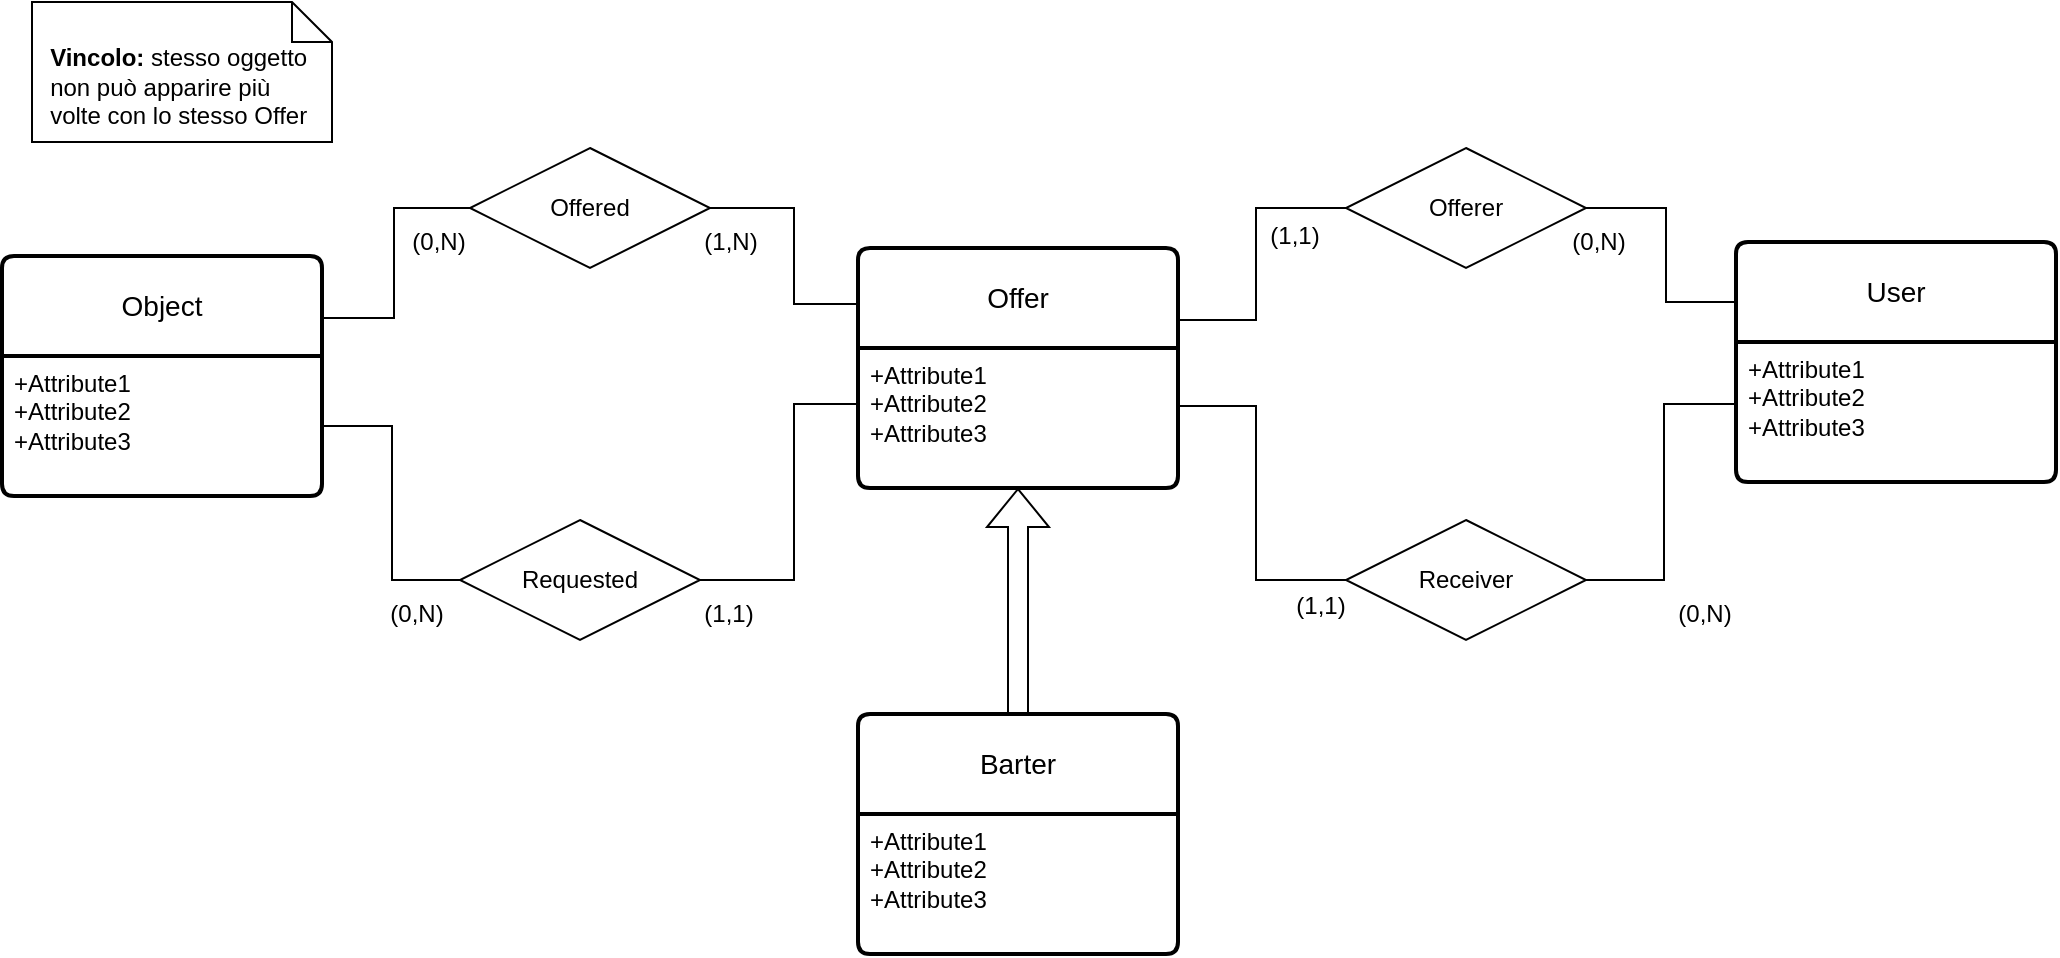
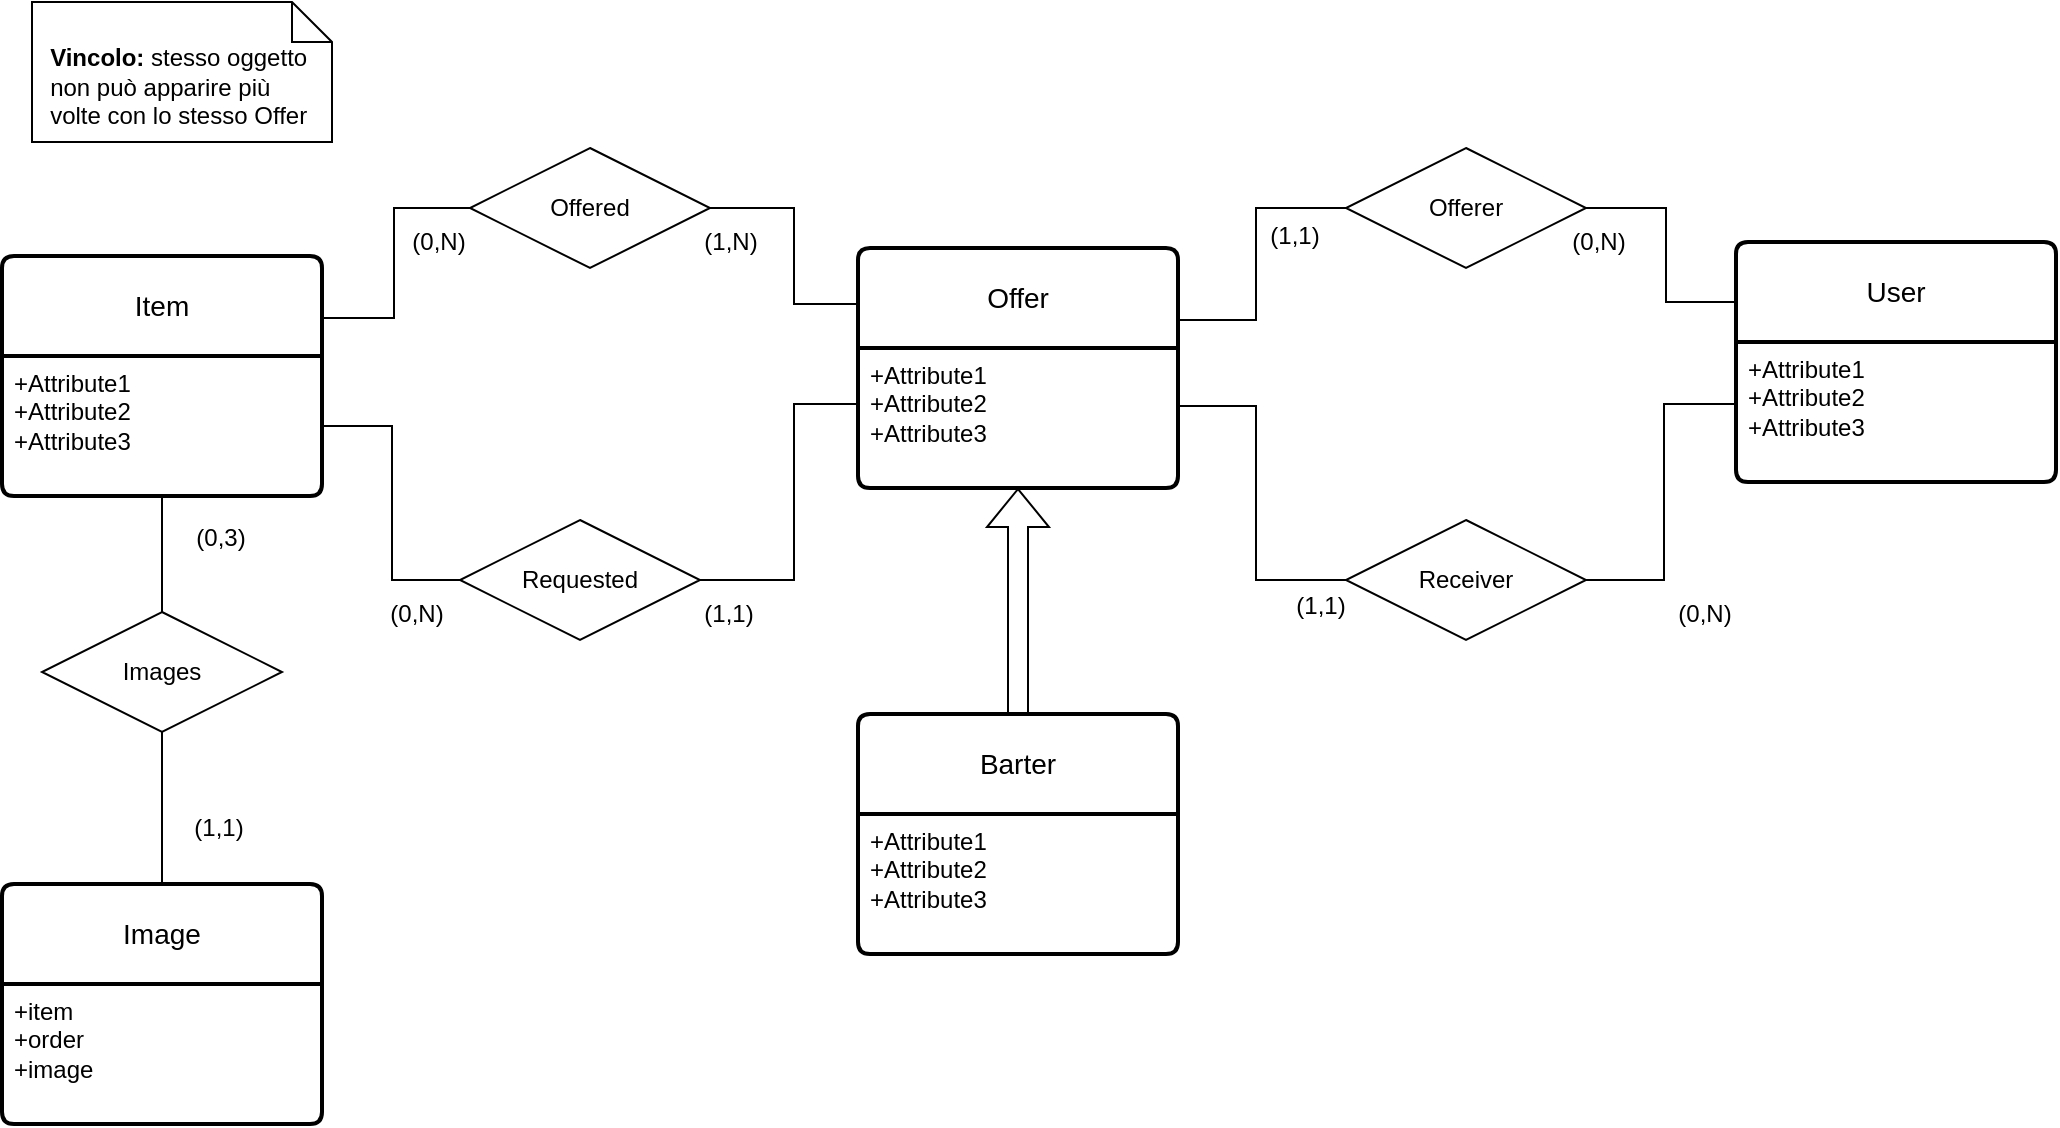
<mxfile host="app.diagrams.net" agent="Mozilla/5.0 (Windows NT 10.0; Win64; x64) AppleWebKit/537.36 (KHTML, like Gecko) Chrome/135.0.0.0 Safari/537.36 OPR/120.0.0.0" version="28.1.0">
  <diagram id="mgqwW-DtWwlVhOqlqvoX" name="Pagina-1">
-     <mxGraphModel dx="1962" dy="1021" grid="0" gridSize="10" guides="1" tooltips="1" connect="1" arrows="1" fold="1" page="0" pageScale="1" pageWidth="827" pageHeight="1169" math="0" shadow="0">
+     <mxGraphModel dx="2812" dy="1504" grid="0" gridSize="10" guides="1" tooltips="1" connect="1" arrows="1" fold="1" page="0" pageScale="1" pageWidth="827" pageHeight="1169" math="0" shadow="0">
      <root>
        <mxCell id="0" />
        <mxCell id="1" parent="0" />
-         <mxCell id="o1DXEVKSGSJljAAY257b-2" value="Object" style="swimlane;childLayout=stackLayout;horizontal=1;startSize=50;horizontalStack=0;rounded=1;fontSize=14;fontStyle=0;strokeWidth=2;resizeParent=0;resizeLast=1;shadow=0;dashed=0;align=center;arcSize=4;whiteSpace=wrap;html=1;" vertex="1" parent="1">
+         <mxCell id="o1DXEVKSGSJljAAY257b-2" value="Item" style="swimlane;childLayout=stackLayout;horizontal=1;startSize=50;horizontalStack=0;rounded=1;fontSize=14;fontStyle=0;strokeWidth=2;resizeParent=0;resizeLast=1;shadow=0;dashed=0;align=center;arcSize=4;whiteSpace=wrap;html=1;" parent="1" vertex="1">
          <mxGeometry x="-421" y="-85" width="160" height="120" as="geometry" />
        </mxCell>
-         <mxCell id="o1DXEVKSGSJljAAY257b-3" value="+Attribute1&#xa;+Attribute2&#xa;+Attribute3" style="align=left;strokeColor=none;fillColor=none;spacingLeft=4;spacingRight=4;fontSize=12;verticalAlign=top;resizable=0;rotatable=0;part=1;html=1;whiteSpace=wrap;" vertex="1" parent="o1DXEVKSGSJljAAY257b-2">
+         <mxCell id="o1DXEVKSGSJljAAY257b-3" value="+Attribute1&#xa;+Attribute2&#xa;+Attribute3" style="align=left;strokeColor=none;fillColor=none;spacingLeft=4;spacingRight=4;fontSize=12;verticalAlign=top;resizable=0;rotatable=0;part=1;html=1;whiteSpace=wrap;" parent="o1DXEVKSGSJljAAY257b-2" vertex="1">
          <mxGeometry y="50" width="160" height="70" as="geometry" />
        </mxCell>
-         <mxCell id="o1DXEVKSGSJljAAY257b-4" value="User" style="swimlane;childLayout=stackLayout;horizontal=1;startSize=50;horizontalStack=0;rounded=1;fontSize=14;fontStyle=0;strokeWidth=2;resizeParent=0;resizeLast=1;shadow=0;dashed=0;align=center;arcSize=4;whiteSpace=wrap;html=1;" vertex="1" parent="1">
+         <mxCell id="o1DXEVKSGSJljAAY257b-4" value="User" style="swimlane;childLayout=stackLayout;horizontal=1;startSize=50;horizontalStack=0;rounded=1;fontSize=14;fontStyle=0;strokeWidth=2;resizeParent=0;resizeLast=1;shadow=0;dashed=0;align=center;arcSize=4;whiteSpace=wrap;html=1;" parent="1" vertex="1">
          <mxGeometry x="446" y="-92" width="160" height="120" as="geometry" />
        </mxCell>
-         <mxCell id="o1DXEVKSGSJljAAY257b-5" value="+Attribute1&#xa;+Attribute2&#xa;+Attribute3" style="align=left;strokeColor=none;fillColor=none;spacingLeft=4;spacingRight=4;fontSize=12;verticalAlign=top;resizable=0;rotatable=0;part=1;html=1;whiteSpace=wrap;" vertex="1" parent="o1DXEVKSGSJljAAY257b-4">
+         <mxCell id="o1DXEVKSGSJljAAY257b-5" value="+Attribute1&#xa;+Attribute2&#xa;+Attribute3" style="align=left;strokeColor=none;fillColor=none;spacingLeft=4;spacingRight=4;fontSize=12;verticalAlign=top;resizable=0;rotatable=0;part=1;html=1;whiteSpace=wrap;" parent="o1DXEVKSGSJljAAY257b-4" vertex="1">
          <mxGeometry y="50" width="160" height="70" as="geometry" />
        </mxCell>
-         <mxCell id="o1DXEVKSGSJljAAY257b-6" value="Barter" style="swimlane;childLayout=stackLayout;horizontal=1;startSize=50;horizontalStack=0;rounded=1;fontSize=14;fontStyle=0;strokeWidth=2;resizeParent=0;resizeLast=1;shadow=0;dashed=0;align=center;arcSize=4;whiteSpace=wrap;html=1;" vertex="1" parent="1">
+         <mxCell id="o1DXEVKSGSJljAAY257b-6" value="Barter" style="swimlane;childLayout=stackLayout;horizontal=1;startSize=50;horizontalStack=0;rounded=1;fontSize=14;fontStyle=0;strokeWidth=2;resizeParent=0;resizeLast=1;shadow=0;dashed=0;align=center;arcSize=4;whiteSpace=wrap;html=1;" parent="1" vertex="1">
          <mxGeometry x="7" y="144" width="160" height="120" as="geometry" />
        </mxCell>
-         <mxCell id="o1DXEVKSGSJljAAY257b-7" value="+Attribute1&#xa;+Attribute2&#xa;+Attribute3" style="align=left;strokeColor=none;fillColor=none;spacingLeft=4;spacingRight=4;fontSize=12;verticalAlign=top;resizable=0;rotatable=0;part=1;html=1;whiteSpace=wrap;" vertex="1" parent="o1DXEVKSGSJljAAY257b-6">
+         <mxCell id="o1DXEVKSGSJljAAY257b-7" value="+Attribute1&#xa;+Attribute2&#xa;+Attribute3" style="align=left;strokeColor=none;fillColor=none;spacingLeft=4;spacingRight=4;fontSize=12;verticalAlign=top;resizable=0;rotatable=0;part=1;html=1;whiteSpace=wrap;" parent="o1DXEVKSGSJljAAY257b-6" vertex="1">
          <mxGeometry y="50" width="160" height="70" as="geometry" />
        </mxCell>
-         <mxCell id="o1DXEVKSGSJljAAY257b-13" value="&lt;div style=&quot;text-align: justify;&quot;&gt;&lt;br&gt;&lt;/div&gt;&lt;div style=&quot;text-align: justify;&quot;&gt;&lt;span style=&quot;text-wrap-mode: nowrap; background-color: transparent; color: light-dark(rgb(0, 0, 0), rgb(255, 255, 255));&quot;&gt;&lt;b&gt;Vincolo:&lt;/b&gt; stesso oggetto&amp;nbsp;&lt;/span&gt;&lt;/div&gt;&lt;div style=&quot;text-align: justify;&quot;&gt;&lt;span style=&quot;text-wrap-mode: nowrap; background-color: transparent; color: light-dark(rgb(0, 0, 0), rgb(255, 255, 255));&quot;&gt;non può&amp;nbsp;&lt;/span&gt;&lt;span style=&quot;background-color: transparent; color: light-dark(rgb(0, 0, 0), rgb(255, 255, 255)); text-wrap-mode: nowrap;&quot;&gt;apparire più&amp;nbsp;&lt;/span&gt;&lt;/div&gt;&lt;div style=&quot;text-align: justify;&quot;&gt;&lt;span style=&quot;background-color: transparent; color: light-dark(rgb(0, 0, 0), rgb(255, 255, 255)); text-wrap-mode: nowrap;&quot;&gt;volte con lo stesso Offer&lt;/span&gt;&lt;/div&gt;" style="shape=note;size=20;whiteSpace=wrap;html=1;align=center;gradientColor=none;fillColor=default;container=0;fixDash=0;autosize=1;" vertex="1" parent="1">
+         <mxCell id="o1DXEVKSGSJljAAY257b-13" value="&lt;div style=&quot;text-align: justify;&quot;&gt;&lt;br&gt;&lt;/div&gt;&lt;div style=&quot;text-align: justify;&quot;&gt;&lt;span style=&quot;text-wrap-mode: nowrap; background-color: transparent; color: light-dark(rgb(0, 0, 0), rgb(255, 255, 255));&quot;&gt;&lt;b&gt;Vincolo:&lt;/b&gt; stesso oggetto&amp;nbsp;&lt;/span&gt;&lt;/div&gt;&lt;div style=&quot;text-align: justify;&quot;&gt;&lt;span style=&quot;text-wrap-mode: nowrap; background-color: transparent; color: light-dark(rgb(0, 0, 0), rgb(255, 255, 255));&quot;&gt;non può&amp;nbsp;&lt;/span&gt;&lt;span style=&quot;background-color: transparent; color: light-dark(rgb(0, 0, 0), rgb(255, 255, 255)); text-wrap-mode: nowrap;&quot;&gt;apparire più&amp;nbsp;&lt;/span&gt;&lt;/div&gt;&lt;div style=&quot;text-align: justify;&quot;&gt;&lt;span style=&quot;background-color: transparent; color: light-dark(rgb(0, 0, 0), rgb(255, 255, 255)); text-wrap-mode: nowrap;&quot;&gt;volte con lo stesso Offer&lt;/span&gt;&lt;/div&gt;" style="shape=note;size=20;whiteSpace=wrap;html=1;align=center;gradientColor=none;fillColor=default;container=0;fixDash=0;autosize=1;" parent="1" vertex="1">
          <mxGeometry x="-406" y="-212" width="150" height="70" as="geometry" />
        </mxCell>
-         <mxCell id="o1DXEVKSGSJljAAY257b-29" value="" style="endArrow=none;html=1;rounded=0;edgeStyle=orthogonalEdgeStyle;" edge="1" parent="1" source="o1DXEVKSGSJljAAY257b-2" target="o1DXEVKSGSJljAAY257b-61">
+         <mxCell id="o1DXEVKSGSJljAAY257b-29" value="" style="endArrow=none;html=1;rounded=0;edgeStyle=orthogonalEdgeStyle;" parent="1" source="o1DXEVKSGSJljAAY257b-2" target="o1DXEVKSGSJljAAY257b-61" edge="1">
          <mxGeometry relative="1" as="geometry">
            <mxPoint x="137" y="75" as="sourcePoint" />
            <mxPoint x="92" y="125" as="targetPoint" />
            <Array as="points">
              <mxPoint x="-225" y="-54" />
              <mxPoint x="-225" y="-109" />
            </Array>
          </mxGeometry>
        </mxCell>
-         <mxCell id="o1DXEVKSGSJljAAY257b-30" value="(1,N)" style="text;html=1;align=center;verticalAlign=middle;resizable=0;points=[];autosize=1;strokeColor=none;fillColor=none;" vertex="1" parent="1">
+         <mxCell id="o1DXEVKSGSJljAAY257b-30" value="(1,N)" style="text;html=1;align=center;verticalAlign=middle;resizable=0;points=[];autosize=1;strokeColor=none;fillColor=none;" parent="1" vertex="1">
          <mxGeometry x="-80" y="-105" width="45" height="26" as="geometry" />
        </mxCell>
-         <mxCell id="o1DXEVKSGSJljAAY257b-31" value="(0,N)" style="text;html=1;align=center;verticalAlign=middle;resizable=0;points=[];autosize=1;strokeColor=none;fillColor=none;" vertex="1" parent="1">
+         <mxCell id="o1DXEVKSGSJljAAY257b-31" value="(0,N)" style="text;html=1;align=center;verticalAlign=middle;resizable=0;points=[];autosize=1;strokeColor=none;fillColor=none;" parent="1" vertex="1">
          <mxGeometry x="-237" y="81" width="45" height="26" as="geometry" />
        </mxCell>
-         <mxCell id="o1DXEVKSGSJljAAY257b-32" value="" style="endArrow=none;html=1;rounded=0;edgeStyle=orthogonalEdgeStyle;" edge="1" parent="1" source="o1DXEVKSGSJljAAY257b-3" target="o1DXEVKSGSJljAAY257b-64">
+         <mxCell id="o1DXEVKSGSJljAAY257b-32" value="" style="endArrow=none;html=1;rounded=0;edgeStyle=orthogonalEdgeStyle;" parent="1" source="o1DXEVKSGSJljAAY257b-3" target="o1DXEVKSGSJljAAY257b-64" edge="1">
          <mxGeometry relative="1" as="geometry">
            <mxPoint x="-254" y="267" as="sourcePoint" />
            <mxPoint x="152" y="155" as="targetPoint" />
            <Array as="points">
              <mxPoint x="-226" />
              <mxPoint x="-226" y="77" />
            </Array>
          </mxGeometry>
        </mxCell>
-         <mxCell id="o1DXEVKSGSJljAAY257b-33" value="(0,N)" style="text;html=1;align=center;verticalAlign=middle;resizable=0;points=[];autosize=1;strokeColor=none;fillColor=none;" vertex="1" parent="1">
+         <mxCell id="o1DXEVKSGSJljAAY257b-33" value="(0,N)" style="text;html=1;align=center;verticalAlign=middle;resizable=0;points=[];autosize=1;strokeColor=none;fillColor=none;" parent="1" vertex="1">
          <mxGeometry x="-226" y="-105" width="45" height="26" as="geometry" />
        </mxCell>
-         <mxCell id="o1DXEVKSGSJljAAY257b-34" value="(1,1)" style="text;html=1;align=center;verticalAlign=middle;resizable=0;points=[];autosize=1;strokeColor=none;fillColor=none;" vertex="1" parent="1">
+         <mxCell id="o1DXEVKSGSJljAAY257b-34" value="(1,1)" style="text;html=1;align=center;verticalAlign=middle;resizable=0;points=[];autosize=1;strokeColor=none;fillColor=none;" parent="1" vertex="1">
          <mxGeometry x="-80" y="81" width="43" height="26" as="geometry" />
        </mxCell>
-         <mxCell id="o1DXEVKSGSJljAAY257b-53" value="" style="endArrow=none;html=1;rounded=0;edgeStyle=orthogonalEdgeStyle;" edge="1" parent="1" source="o1DXEVKSGSJljAAY257b-4" target="o1DXEVKSGSJljAAY257b-62">
+         <mxCell id="o1DXEVKSGSJljAAY257b-53" value="" style="endArrow=none;html=1;rounded=0;edgeStyle=orthogonalEdgeStyle;" parent="1" source="o1DXEVKSGSJljAAY257b-4" target="o1DXEVKSGSJljAAY257b-62" edge="1">
          <mxGeometry relative="1" as="geometry">
            <mxPoint x="466" y="72" as="sourcePoint" />
            <mxPoint x="212" y="125" as="targetPoint" />
            <Array as="points">
              <mxPoint x="410" y="-11" />
              <mxPoint x="410" y="77" />
            </Array>
          </mxGeometry>
        </mxCell>
-         <mxCell id="o1DXEVKSGSJljAAY257b-54" value="" style="endArrow=none;html=1;rounded=0;edgeStyle=orthogonalEdgeStyle;" edge="1" parent="1" source="o1DXEVKSGSJljAAY257b-4" target="o1DXEVKSGSJljAAY257b-63">
+         <mxCell id="o1DXEVKSGSJljAAY257b-54" value="" style="endArrow=none;html=1;rounded=0;edgeStyle=orthogonalEdgeStyle;" parent="1" source="o1DXEVKSGSJljAAY257b-4" target="o1DXEVKSGSJljAAY257b-63" edge="1">
          <mxGeometry relative="1" as="geometry">
            <mxPoint x="614" y="-8" as="sourcePoint" />
            <mxPoint x="152" y="95" as="targetPoint" />
            <Array as="points">
              <mxPoint x="411" y="-62" />
              <mxPoint x="411" y="-109" />
            </Array>
          </mxGeometry>
        </mxCell>
-         <mxCell id="o1DXEVKSGSJljAAY257b-55" value="(0,N)" style="text;html=1;align=center;verticalAlign=middle;resizable=0;points=[];autosize=1;strokeColor=none;fillColor=none;" vertex="1" parent="1">
+         <mxCell id="o1DXEVKSGSJljAAY257b-55" value="(0,N)" style="text;html=1;align=center;verticalAlign=middle;resizable=0;points=[];autosize=1;strokeColor=none;fillColor=none;" parent="1" vertex="1">
          <mxGeometry x="407" y="81" width="45" height="26" as="geometry" />
        </mxCell>
-         <mxCell id="o1DXEVKSGSJljAAY257b-56" value="(0,N)" style="text;html=1;align=center;verticalAlign=middle;resizable=0;points=[];autosize=1;strokeColor=none;fillColor=none;" vertex="1" parent="1">
+         <mxCell id="o1DXEVKSGSJljAAY257b-56" value="(0,N)" style="text;html=1;align=center;verticalAlign=middle;resizable=0;points=[];autosize=1;strokeColor=none;fillColor=none;" parent="1" vertex="1">
          <mxGeometry x="354" y="-105" width="45" height="26" as="geometry" />
        </mxCell>
-         <mxCell id="o1DXEVKSGSJljAAY257b-57" value="(1,1)" style="text;html=1;align=center;verticalAlign=middle;resizable=0;points=[];autosize=1;strokeColor=none;fillColor=none;" vertex="1" parent="1">
+         <mxCell id="o1DXEVKSGSJljAAY257b-57" value="(1,1)" style="text;html=1;align=center;verticalAlign=middle;resizable=0;points=[];autosize=1;strokeColor=none;fillColor=none;" parent="1" vertex="1">
          <mxGeometry x="203" y="-108" width="43" height="26" as="geometry" />
        </mxCell>
-         <mxCell id="o1DXEVKSGSJljAAY257b-58" value="(1,1)" style="text;html=1;align=center;verticalAlign=middle;resizable=0;points=[];autosize=1;strokeColor=none;fillColor=none;" vertex="1" parent="1">
+         <mxCell id="o1DXEVKSGSJljAAY257b-58" value="(1,1)" style="text;html=1;align=center;verticalAlign=middle;resizable=0;points=[];autosize=1;strokeColor=none;fillColor=none;" parent="1" vertex="1">
          <mxGeometry x="216" y="77" width="43" height="26" as="geometry" />
        </mxCell>
-         <mxCell id="o1DXEVKSGSJljAAY257b-59" value="Offer" style="swimlane;childLayout=stackLayout;horizontal=1;startSize=50;horizontalStack=0;rounded=1;fontSize=14;fontStyle=0;strokeWidth=2;resizeParent=0;resizeLast=1;shadow=0;dashed=0;align=center;arcSize=4;whiteSpace=wrap;html=1;" vertex="1" parent="1">
+         <mxCell id="o1DXEVKSGSJljAAY257b-59" value="Offer" style="swimlane;childLayout=stackLayout;horizontal=1;startSize=50;horizontalStack=0;rounded=1;fontSize=14;fontStyle=0;strokeWidth=2;resizeParent=0;resizeLast=1;shadow=0;dashed=0;align=center;arcSize=4;whiteSpace=wrap;html=1;" parent="1" vertex="1">
          <mxGeometry x="7" y="-89" width="160" height="120" as="geometry" />
        </mxCell>
-         <mxCell id="o1DXEVKSGSJljAAY257b-60" value="+Attribute1&#xa;+Attribute2&#xa;+Attribute3" style="align=left;strokeColor=none;fillColor=none;spacingLeft=4;spacingRight=4;fontSize=12;verticalAlign=top;resizable=0;rotatable=0;part=1;html=1;whiteSpace=wrap;" vertex="1" parent="o1DXEVKSGSJljAAY257b-59">
+         <mxCell id="o1DXEVKSGSJljAAY257b-60" value="+Attribute1&#xa;+Attribute2&#xa;+Attribute3" style="align=left;strokeColor=none;fillColor=none;spacingLeft=4;spacingRight=4;fontSize=12;verticalAlign=top;resizable=0;rotatable=0;part=1;html=1;whiteSpace=wrap;" parent="o1DXEVKSGSJljAAY257b-59" vertex="1">
          <mxGeometry y="50" width="160" height="70" as="geometry" />
        </mxCell>
-         <mxCell id="o1DXEVKSGSJljAAY257b-61" value="Offered" style="shape=rhombus;perimeter=rhombusPerimeter;whiteSpace=wrap;html=1;align=center;" vertex="1" parent="1">
+         <mxCell id="o1DXEVKSGSJljAAY257b-61" value="Offered" style="shape=rhombus;perimeter=rhombusPerimeter;whiteSpace=wrap;html=1;align=center;" parent="1" vertex="1">
          <mxGeometry x="-187" y="-139" width="120" height="60" as="geometry" />
        </mxCell>
-         <mxCell id="o1DXEVKSGSJljAAY257b-62" value="Receiver" style="shape=rhombus;perimeter=rhombusPerimeter;whiteSpace=wrap;html=1;align=center;" vertex="1" parent="1">
+         <mxCell id="o1DXEVKSGSJljAAY257b-62" value="Receiver" style="shape=rhombus;perimeter=rhombusPerimeter;whiteSpace=wrap;html=1;align=center;" parent="1" vertex="1">
          <mxGeometry x="251" y="47" width="120" height="60" as="geometry" />
        </mxCell>
-         <mxCell id="o1DXEVKSGSJljAAY257b-63" value="Offerer" style="shape=rhombus;perimeter=rhombusPerimeter;whiteSpace=wrap;html=1;align=center;" vertex="1" parent="1">
+         <mxCell id="o1DXEVKSGSJljAAY257b-63" value="Offerer" style="shape=rhombus;perimeter=rhombusPerimeter;whiteSpace=wrap;html=1;align=center;" parent="1" vertex="1">
          <mxGeometry x="251" y="-139" width="120" height="60" as="geometry" />
        </mxCell>
-         <mxCell id="o1DXEVKSGSJljAAY257b-64" value="Requested" style="shape=rhombus;perimeter=rhombusPerimeter;whiteSpace=wrap;html=1;align=center;" vertex="1" parent="1">
+         <mxCell id="o1DXEVKSGSJljAAY257b-64" value="Requested" style="shape=rhombus;perimeter=rhombusPerimeter;whiteSpace=wrap;html=1;align=center;" parent="1" vertex="1">
          <mxGeometry x="-192" y="47" width="120" height="60" as="geometry" />
        </mxCell>
-         <mxCell id="o1DXEVKSGSJljAAY257b-65" value="" style="endArrow=none;html=1;rounded=0;edgeStyle=orthogonalEdgeStyle;" edge="1" parent="1" source="o1DXEVKSGSJljAAY257b-64" target="o1DXEVKSGSJljAAY257b-59">
+         <mxCell id="o1DXEVKSGSJljAAY257b-65" value="" style="endArrow=none;html=1;rounded=0;edgeStyle=orthogonalEdgeStyle;" parent="1" source="o1DXEVKSGSJljAAY257b-64" target="o1DXEVKSGSJljAAY257b-59" edge="1">
          <mxGeometry relative="1" as="geometry">
            <mxPoint x="-228" y="273" as="sourcePoint" />
            <mxPoint x="-190" y="434" as="targetPoint" />
            <Array as="points">
              <mxPoint x="-25" y="77" />
              <mxPoint x="-25" y="-11" />
            </Array>
          </mxGeometry>
        </mxCell>
-         <mxCell id="o1DXEVKSGSJljAAY257b-66" value="" style="endArrow=none;html=1;rounded=0;edgeStyle=orthogonalEdgeStyle;" edge="1" parent="1" source="o1DXEVKSGSJljAAY257b-61" target="o1DXEVKSGSJljAAY257b-59">
+         <mxCell id="o1DXEVKSGSJljAAY257b-66" value="" style="endArrow=none;html=1;rounded=0;edgeStyle=orthogonalEdgeStyle;" parent="1" source="o1DXEVKSGSJljAAY257b-61" target="o1DXEVKSGSJljAAY257b-59" edge="1">
          <mxGeometry relative="1" as="geometry">
            <mxPoint x="102" y="342" as="sourcePoint" />
            <mxPoint x="203" y="428" as="targetPoint" />
            <Array as="points">
              <mxPoint x="-25" y="-109" />
              <mxPoint x="-25" y="-61" />
            </Array>
          </mxGeometry>
        </mxCell>
-         <mxCell id="o1DXEVKSGSJljAAY257b-67" value="" style="endArrow=none;html=1;rounded=0;edgeStyle=orthogonalEdgeStyle;" edge="1" parent="1" source="o1DXEVKSGSJljAAY257b-59" target="o1DXEVKSGSJljAAY257b-63">
+         <mxCell id="o1DXEVKSGSJljAAY257b-67" value="" style="endArrow=none;html=1;rounded=0;edgeStyle=orthogonalEdgeStyle;" parent="1" source="o1DXEVKSGSJljAAY257b-59" target="o1DXEVKSGSJljAAY257b-63" edge="1">
          <mxGeometry relative="1" as="geometry">
            <mxPoint x="710" y="320" as="sourcePoint" />
            <mxPoint x="784" y="265" as="targetPoint" />
            <Array as="points">
              <mxPoint x="206" y="-53" />
              <mxPoint x="206" y="-109" />
            </Array>
          </mxGeometry>
        </mxCell>
-         <mxCell id="o1DXEVKSGSJljAAY257b-68" value="" style="endArrow=none;html=1;rounded=0;edgeStyle=orthogonalEdgeStyle;" edge="1" parent="1" source="o1DXEVKSGSJljAAY257b-59" target="o1DXEVKSGSJljAAY257b-62">
+         <mxCell id="o1DXEVKSGSJljAAY257b-68" value="" style="endArrow=none;html=1;rounded=0;edgeStyle=orthogonalEdgeStyle;" parent="1" source="o1DXEVKSGSJljAAY257b-59" target="o1DXEVKSGSJljAAY257b-62" edge="1">
          <mxGeometry relative="1" as="geometry">
            <mxPoint x="173" y="289" as="sourcePoint" />
            <mxPoint x="250" y="209" as="targetPoint" />
            <Array as="points">
              <mxPoint x="206" y="-10" />
              <mxPoint x="206" y="77" />
            </Array>
          </mxGeometry>
        </mxCell>
-         <mxCell id="o1DXEVKSGSJljAAY257b-69" value="" style="shape=flexArrow;endArrow=classic;html=1;rounded=0;" edge="1" parent="1" source="o1DXEVKSGSJljAAY257b-6" target="o1DXEVKSGSJljAAY257b-59">
+         <mxCell id="o1DXEVKSGSJljAAY257b-69" value="" style="shape=flexArrow;endArrow=classic;html=1;rounded=0;" parent="1" source="o1DXEVKSGSJljAAY257b-6" target="o1DXEVKSGSJljAAY257b-59" edge="1">
          <mxGeometry width="50" height="50" relative="1" as="geometry">
            <mxPoint x="142" y="86" as="sourcePoint" />
            <mxPoint x="192" y="36" as="targetPoint" />
          </mxGeometry>
        </mxCell>
+         <mxCell id="5Xf_sm0yR23MlKZTiJ87-1" value="Images" style="shape=rhombus;perimeter=rhombusPerimeter;whiteSpace=wrap;html=1;align=center;" vertex="1" parent="1">
+           <mxGeometry x="-401" y="93" width="120" height="60" as="geometry" />
+         </mxCell>
+         <mxCell id="5Xf_sm0yR23MlKZTiJ87-2" value="Image" style="swimlane;childLayout=stackLayout;horizontal=1;startSize=50;horizontalStack=0;rounded=1;fontSize=14;fontStyle=0;strokeWidth=2;resizeParent=0;resizeLast=1;shadow=0;dashed=0;align=center;arcSize=4;whiteSpace=wrap;html=1;" vertex="1" parent="1">
+           <mxGeometry x="-421" y="229" width="160" height="120" as="geometry" />
+         </mxCell>
+         <mxCell id="5Xf_sm0yR23MlKZTiJ87-3" value="+item&lt;div&gt;+order&lt;/div&gt;&lt;div&gt;+image&lt;/div&gt;" style="align=left;strokeColor=none;fillColor=none;spacingLeft=4;spacingRight=4;fontSize=12;verticalAlign=top;resizable=0;rotatable=0;part=1;html=1;whiteSpace=wrap;" vertex="1" parent="5Xf_sm0yR23MlKZTiJ87-2">
+           <mxGeometry y="50" width="160" height="70" as="geometry" />
+         </mxCell>
+         <mxCell id="5Xf_sm0yR23MlKZTiJ87-4" value="" style="endArrow=none;html=1;rounded=0;edgeStyle=orthogonalEdgeStyle;" edge="1" parent="1" source="o1DXEVKSGSJljAAY257b-2" target="5Xf_sm0yR23MlKZTiJ87-1">
+           <mxGeometry relative="1" as="geometry">
+             <mxPoint x="-628" y="85" as="sourcePoint" />
+             <mxPoint x="-559" y="162" as="targetPoint" />
+           </mxGeometry>
+         </mxCell>
+         <mxCell id="5Xf_sm0yR23MlKZTiJ87-6" value="" style="endArrow=none;html=1;rounded=0;edgeStyle=orthogonalEdgeStyle;" edge="1" parent="1" source="5Xf_sm0yR23MlKZTiJ87-1" target="5Xf_sm0yR23MlKZTiJ87-2">
+           <mxGeometry relative="1" as="geometry">
+             <mxPoint x="-282" y="206" as="sourcePoint" />
+             <mxPoint x="-282" y="293" as="targetPoint" />
+           </mxGeometry>
+         </mxCell>
+         <mxCell id="5Xf_sm0yR23MlKZTiJ87-7" value="(1,1)" style="text;html=1;align=center;verticalAlign=middle;resizable=0;points=[];autosize=1;strokeColor=none;fillColor=none;" vertex="1" parent="1">
+           <mxGeometry x="-335" y="188" width="43" height="26" as="geometry" />
+         </mxCell>
+         <mxCell id="5Xf_sm0yR23MlKZTiJ87-8" value="(0,3)" style="text;html=1;align=center;verticalAlign=middle;resizable=0;points=[];autosize=1;strokeColor=none;fillColor=none;" vertex="1" parent="1">
+           <mxGeometry x="-334" y="43" width="43" height="26" as="geometry" />
+         </mxCell>
      </root>
    </mxGraphModel>
  </diagram>
</mxfile>
